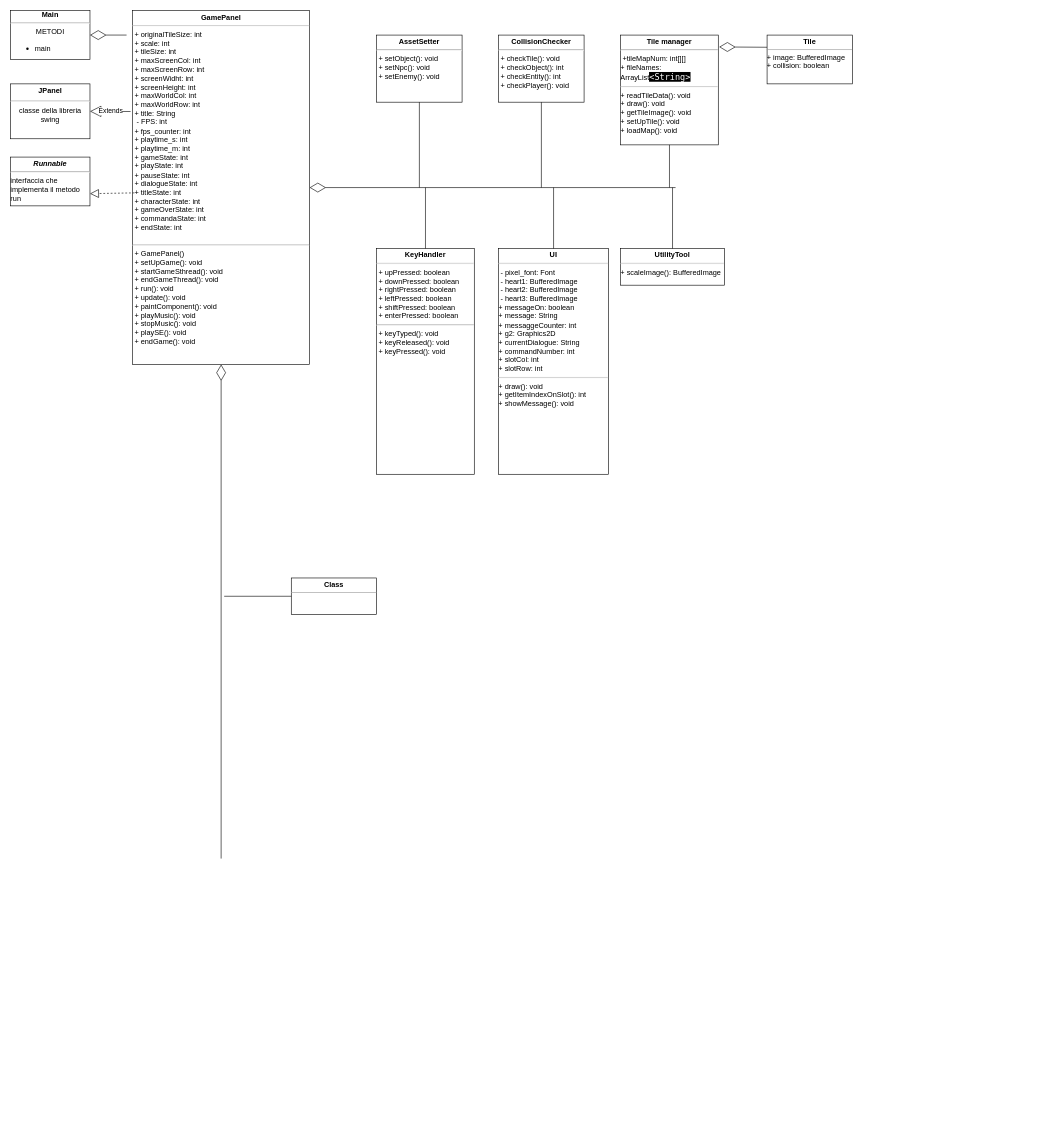
The draw.io diagram UML/diagramma_classi.drawio in Tonello05/java_progetto_fine_anno, before the edit. Source tidied: cells renumbered, new cells numbered last; positions are measured from the earlier drawing's top-left corner, leaving out a move shared by most shapes. Both pictures are drawn from the tidied source at 61%, with x=0, y=0 at pixel (10, 10).
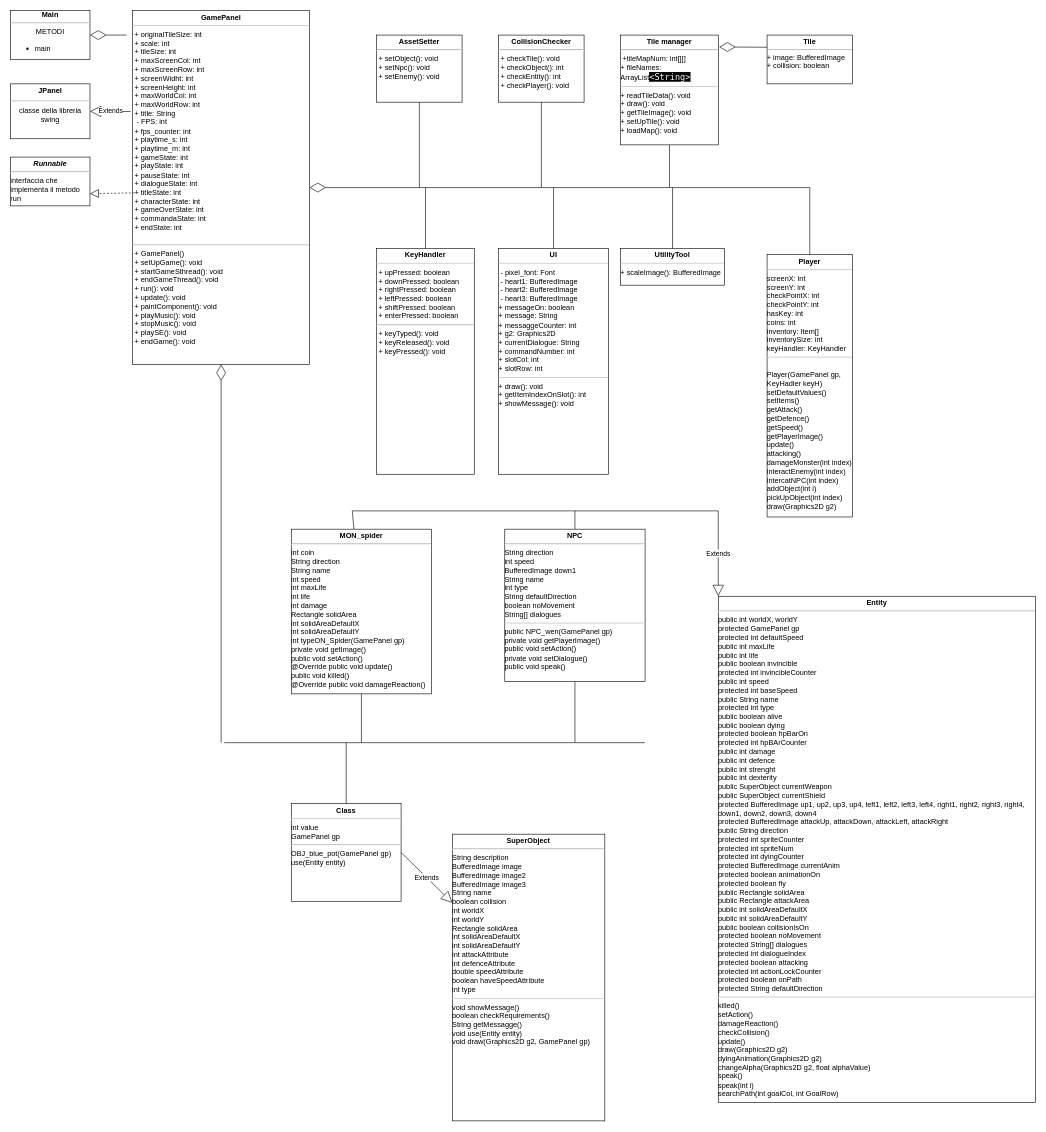
The same page after the edit.

Unchanged cells that the change refers to:
```xml
<mxCell id="3" value="&lt;p style=&quot;text-align: center; margin: 4px 0px 0px;&quot;&gt;&lt;b&gt;GamePanel&lt;/b&gt;&lt;/p&gt;&lt;hr&gt;&amp;nbsp;+ originalTileSize: int&lt;br&gt;&amp;nbsp;+ scale: int&lt;br&gt;&amp;nbsp;+ tileSize: int&lt;br&gt;&amp;nbsp;+ maxScreenCol: int&lt;br&gt;&amp;nbsp;+ maxScreenRow: int&lt;br&gt;&amp;nbsp;+ screenWidht: int&lt;br&gt;&amp;nbsp;+ screenHeight: int&lt;br&gt;&amp;nbsp;+ maxWorldCol: int&lt;br&gt;&amp;nbsp;+ maxWorldRow: int&lt;br&gt;&amp;nbsp;+ title: String&lt;br&gt;&amp;nbsp; - FPS: int&lt;br&gt;&amp;nbsp;+ fps_counter: int&lt;br&gt;&amp;nbsp;+ playtime_s: int&lt;br&gt;&amp;nbsp;+ playtime_m: int&lt;br&gt;&amp;nbsp;+ gameState: int&lt;br&gt;&amp;nbsp;+ playState: int&lt;br&gt;&amp;nbsp;+ pauseState: int&lt;br&gt;&amp;nbsp;+ dialogueState: int&lt;br&gt;&amp;nbsp;+ titleState: int&lt;br&gt;&amp;nbsp;+ characterState: int&lt;br&gt;&amp;nbsp;+ gameOverState: int&lt;br&gt;&amp;nbsp;+ commandaState: int&lt;br&gt;&amp;nbsp;+ endState: int&lt;br&gt;&amp;nbsp;&lt;hr&gt;&amp;nbsp;+ GamePanel()&lt;br&gt;&amp;nbsp;+ setUpGame(): void&lt;br&gt;&amp;nbsp;+ startGameSthread(): void&lt;br&gt;&amp;nbsp;+ endGameThread(): void&lt;br&gt;&amp;nbsp;+ run(): void&lt;br&gt;&amp;nbsp;+ update(): void&lt;br&gt;&amp;nbsp;+ paintComponent(): void&lt;br&gt;&amp;nbsp;+ playMusic(): void&lt;br&gt;&amp;nbsp;+ stopMusic(): void&lt;br&gt;&amp;nbsp;+ playSE(): void&lt;br&gt;&amp;nbsp;+ endGame(): void&lt;br&gt;" style="verticalAlign=top;align=left;overflow=fill;fontSize=12;fontFamily=Helvetica;html=1;whiteSpace=wrap;" parent="1" vertex="1">
  <mxGeometry x="200" width="290" height="580" as="geometry" />
</mxCell>
```

The edit, as a diff of the source:
```diff
@@
     <mxCell id="9" style="endArrow=diamondThin;endFill=0;endSize=24;html=1;rounded=0;entryX=1;entryY=0.5;entryDx=0;entryDy=0;" parent="1" edge="1" target="3">
       <mxGeometry relative="1" as="geometry">
-        <mxPoint x="1090" y="290" as="sourcePoint" />
+        <mxPoint x="1310" y="290" as="sourcePoint" />
       </mxGeometry>
     </mxCell>
@@
     <mxCell id="24" style="endArrow=diamondThin;endFill=0;endSize=24;html=1;rounded=0;entryX=0.5;entryY=1;entryDx=0;entryDy=0;" parent="1" edge="1" target="3">
       <mxGeometry relative="1" as="geometry">
-        <mxPoint x="345" y="1390" as="sourcePoint" />
+        <mxPoint x="345" y="1200" as="sourcePoint" />
+        <Array as="points">
+          <mxPoint x="345" y="1200" />
+        </Array>
       </mxGeometry>
     </mxCell>
-    <mxCell id="25" value="&lt;p style=&quot;margin:0px;margin-top:4px;text-align:center;&quot;&gt;&lt;b&gt;Class&lt;/b&gt;&lt;/p&gt;&lt;hr size=&quot;1&quot;/&gt;&lt;div style=&quot;height:2px;&quot;&gt;&lt;/div&gt;" style="verticalAlign=top;align=left;overflow=fill;fontSize=12;fontFamily=Helvetica;html=1;whiteSpace=wrap;" parent="1" vertex="1">
-      <mxGeometry x="460" y="930" width="140" height="60" as="geometry" />
+    <mxCell id="25" value="&lt;p style=&quot;margin:0px;margin-top:4px;text-align:center;&quot;&gt;&lt;b&gt;MON_spider&lt;/b&gt;&lt;/p&gt;&lt;hr&gt;&lt;div&gt;int coin&lt;/div&gt;&lt;div&gt;String direction&lt;/div&gt;&lt;div&gt;String name&lt;/div&gt;&lt;div&gt;int speed&lt;/div&gt;&lt;div&gt;int maxLife&lt;/div&gt;&lt;div&gt;int life&lt;/div&gt;&lt;div&gt;int damage&lt;/div&gt;&lt;div&gt;Rectangle solidArea&lt;/div&gt;&lt;div&gt;int solidAreaDefaultX&lt;/div&gt;&lt;div&gt;int solidAreaDefaultY&lt;/div&gt;&lt;div&gt;int typeON_Spider(GamePanel gp)&lt;/div&gt;&lt;div&gt;private void getImage()&lt;/div&gt;&lt;div&gt;public void setAction()&lt;/div&gt;&lt;div&gt;@Override public void update()&lt;/div&gt;&lt;div&gt;public void killed()&lt;/div&gt;&lt;div&gt;@Override public void damageReaction()&lt;/div&gt;" style="verticalAlign=top;align=left;overflow=fill;fontSize=12;fontFamily=Helvetica;html=1;whiteSpace=wrap;" parent="1" vertex="1">
+      <mxGeometry x="460" y="850" width="230" height="270" as="geometry" />
     </mxCell>
-    <mxCell id="26" style="endArrow=none;html=1;rounded=0;exitX=0;exitY=0.5;exitDx=0;exitDy=0;" parent="1" edge="1" source="25">
+    <mxCell id="26" style="endArrow=none;html=1;rounded=0;exitX=0.5;exitY=1;exitDx=0;exitDy=0;" parent="1" edge="1" source="25">
       <mxGeometry relative="1" as="geometry">
-        <mxPoint x="350" y="960" as="targetPoint" />
+        <mxPoint x="575" y="1200" as="targetPoint" />
       </mxGeometry>
     </mxCell>
+    <mxCell id="27" value="&lt;p style=&quot;margin:0px;margin-top:4px;text-align:center;&quot;&gt;&lt;b&gt;Player&lt;/b&gt;&lt;/p&gt;&lt;hr&gt;&lt;div&gt;screenX: int&lt;/div&gt;&lt;div&gt;screenY: int&lt;/div&gt;&lt;div&gt;checkPointX: int&lt;/div&gt;&lt;div&gt;checkPointY: int&lt;/div&gt;&lt;div&gt;hasKey: int&lt;/div&gt;&lt;div&gt;coins: int&lt;/div&gt;&lt;div&gt;inventory: Item[]&lt;/div&gt;&lt;div&gt;inventorySize: int&lt;/div&gt;&lt;div&gt;keyHandler: KeyHandler&lt;/div&gt;&lt;hr&gt;&lt;br&gt;&lt;div&gt;Player(GamePanel gp, KeyHadler keyH)&lt;/div&gt;&lt;div&gt;setDefaultValues()&lt;/div&gt;&lt;div&gt;setItems()&lt;/div&gt;&lt;div&gt;getAttack()&lt;/div&gt;&lt;div&gt;getDefence()&lt;/div&gt;&lt;div&gt;getSpeed()&lt;/div&gt;&lt;div&gt;getPlayerImage()&lt;/div&gt;&lt;div&gt;update()&lt;/div&gt;&lt;div&gt;attacking()&lt;/div&gt;&lt;div&gt;damageMonster(int index)&lt;/div&gt;&lt;div&gt;interactEnemy(int index)&lt;/div&gt;&lt;div&gt;intercatNPC(int index)&lt;/div&gt;&lt;div&gt;addObject(int i)&lt;/div&gt;&lt;div&gt;pickUpObject(int index)&lt;/div&gt;&lt;div&gt;draw(Graphics2D g2)&lt;/div&gt;" style="verticalAlign=top;align=left;overflow=fill;fontSize=12;fontFamily=Helvetica;html=1;whiteSpace=wrap;" parent="1" vertex="1">
+      <mxGeometry x="1240" y="400" width="140" height="430" as="geometry" />
+    </mxCell>
+    <mxCell id="28" style="endArrow=none;html=1;rounded=0;exitX=0.5;exitY=0;exitDx=0;exitDy=0;" parent="1" edge="1" source="27">
+      <mxGeometry relative="1" as="geometry">
+        <mxPoint x="1310" y="290" as="targetPoint" />
+      </mxGeometry>
+    </mxCell>
+    <mxCell id="29" value="&lt;p style=&quot;margin:0px;margin-top:4px;text-align:center;&quot;&gt;&lt;b&gt;NPC&lt;/b&gt;&lt;/p&gt;&lt;hr&gt;&lt;div&gt;String direction&lt;/div&gt;&lt;div&gt;int speed&lt;/div&gt;&lt;div&gt;BufferedImage down1&lt;/div&gt;&lt;div&gt;String name&lt;/div&gt;&lt;div&gt;int type&lt;/div&gt;&lt;div&gt;String defaultDirection&lt;/div&gt;&lt;div&gt;boolean noMovement&lt;/div&gt;&lt;div&gt;String[] dialogues&lt;/div&gt;&lt;hr&gt;&lt;div&gt;public NPC_wen(GamePanel gp)&lt;/div&gt;&lt;div&gt;private void getPlayerImage()&lt;/div&gt;&lt;div&gt;public void setAction()&lt;/div&gt;&lt;div&gt;private void setDialogue()&lt;/div&gt;&lt;div&gt;public void speak()&lt;/div&gt;" style="verticalAlign=top;align=left;overflow=fill;fontSize=12;fontFamily=Helvetica;html=1;whiteSpace=wrap;" parent="1" vertex="1">
+      <mxGeometry x="810" y="850" width="230" height="250" as="geometry" />
+    </mxCell>
+    <mxCell id="30" style="endArrow=none;html=1;rounded=0;" parent="1" edge="1">
+      <mxGeometry relative="1" as="geometry">
+        <mxPoint x="350" y="1200" as="sourcePoint" />
+        <mxPoint x="1040" y="1200" as="targetPoint" />
+      </mxGeometry>
+    </mxCell>
+    <mxCell id="31" style="endArrow=none;html=1;rounded=0;entryX=0.5;entryY=1;entryDx=0;entryDy=0;" parent="1" edge="1" target="29">
+      <mxGeometry relative="1" as="geometry">
+        <mxPoint x="925" y="1200" as="sourcePoint" />
+      </mxGeometry>
+    </mxCell>
+    <mxCell id="32" value="&lt;p style=&quot;margin:0px;margin-top:4px;text-align:center;&quot;&gt;&lt;b&gt;Entity&lt;/b&gt;&lt;/p&gt;&lt;hr&gt;&lt;div&gt;public int worldX, worldY&lt;/div&gt;&lt;div&gt;protected GamePanel gp&lt;/div&gt;&lt;div&gt;protected int defaultSpeed&lt;/div&gt;&lt;div&gt;public int maxLife&lt;/div&gt;&lt;div&gt;public int life&lt;/div&gt;&lt;div&gt;public boolean invincible&lt;/div&gt;&lt;div&gt;protected int invincibleCounter&lt;/div&gt;&lt;div&gt;public int speed&lt;/div&gt;&lt;div&gt;protected int baseSpeed&lt;/div&gt;&lt;div&gt;public String name&lt;/div&gt;&lt;div&gt;protected int type&lt;/div&gt;&lt;div&gt;public boolean alive&lt;/div&gt;&lt;div&gt;public boolean dying&lt;/div&gt;&lt;div&gt;protected boolean hpBarOn&lt;/div&gt;&lt;div&gt;protected int hpBArCounter&lt;/div&gt;&lt;div&gt;public int damage&lt;/div&gt;&lt;div&gt;public int defence&lt;/div&gt;&lt;div&gt;public int strenght&lt;/div&gt;&lt;div&gt;public int dexterity&lt;/div&gt;&lt;div&gt;public SuperObject currentWeapon&lt;/div&gt;&lt;div&gt;public SuperObject currentShield&lt;/div&gt;&lt;div&gt;protected BufferedImage up1, up2, up3, up4, left1, left2, left3, left4, right1, right2, right3, right4, down1, down2, down3, down4&lt;/div&gt;&lt;div&gt;protected BufferedImage attackUp, attackDown, attackLeft, attackRight&lt;/div&gt;&lt;div&gt;public String direction&lt;/div&gt;&lt;div&gt;protected int spriteCounter&lt;/div&gt;&lt;div&gt;protected int spriteNum&lt;/div&gt;&lt;div&gt;protected int dyingCounter&lt;/div&gt;&lt;div&gt;protected BufferedImage currentAnim&lt;/div&gt;&lt;div&gt;protected boolean animationOn&lt;/div&gt;&lt;div&gt;protected boolean fly&lt;/div&gt;&lt;div&gt;public Rectangle solidArea&lt;/div&gt;&lt;div&gt;public Rectangle attackArea&lt;/div&gt;&lt;div&gt;public int solidAreaDefaultX&lt;/div&gt;&lt;div&gt;public int solidAreaDefaultY&lt;/div&gt;&lt;div&gt;public boolean collisionIsOn&lt;/div&gt;&lt;div&gt;protected boolean noMovement&lt;/div&gt;&lt;div&gt;protected String[] dialogues&lt;/div&gt;&lt;div&gt;protected int dialogueIndex&lt;/div&gt;&lt;div&gt;protected boolean attacking&lt;/div&gt;&lt;div&gt;protected int actionLockCounter&lt;/div&gt;&lt;div&gt;protected boolean onPath&lt;/div&gt;&lt;div&gt;protected String defaultDirection&lt;/div&gt;&lt;hr&gt;&lt;div&gt;killed()&lt;/div&gt;&lt;div&gt;setAction()&lt;/div&gt;&lt;div&gt;damageReaction()&lt;/div&gt;&lt;div&gt;checkCollision()&lt;/div&gt;&lt;div&gt;update()&lt;/div&gt;&lt;div&gt;draw(Graphics2D g2)&lt;/div&gt;&lt;div&gt;dyingAnimation(Graphics2D g2)&lt;/div&gt;&lt;div&gt;changeAlpha(Graphics2D g2, float alphaValue)&lt;/div&gt;&lt;div&gt;speak()&lt;/div&gt;&lt;div&gt;speak(int i)&lt;/div&gt;&lt;div&gt;searchPath(int goalCol, int GoalRow)&lt;/div&gt;" style="verticalAlign=top;align=left;overflow=fill;fontSize=12;fontFamily=Helvetica;html=1;whiteSpace=wrap;" parent="1" vertex="1">
+      <mxGeometry x="1160" y="960" width="520" height="830" as="geometry" />
+    </mxCell>
+    <mxCell id="33" style="endArrow=none;html=1;rounded=0;" parent="1" edge="1">
+      <mxGeometry relative="1" as="geometry">
+        <mxPoint x="560" y="820" as="sourcePoint" />
+        <mxPoint x="1160" y="820" as="targetPoint" />
+      </mxGeometry>
+    </mxCell>
+    <mxCell id="34" style="endArrow=none;html=1;rounded=0;" parent="1" edge="1" source="25">
+      <mxGeometry relative="1" as="geometry">
+        <mxPoint x="560" y="820" as="targetPoint" />
+      </mxGeometry>
+    </mxCell>
+    <mxCell id="35" style="endArrow=none;html=1;rounded=0;entryX=0.5;entryY=0;entryDx=0;entryDy=0;" parent="1" edge="1" target="29">
+      <mxGeometry relative="1" as="geometry">
+        <mxPoint x="925" y="820" as="sourcePoint" />
+      </mxGeometry>
+    </mxCell>
+    <mxCell id="36" value="Extends" style="endArrow=block;endSize=16;endFill=0;html=1;rounded=0;entryX=0;entryY=0;entryDx=0;entryDy=0;" parent="1" edge="1" target="32">
+      <mxGeometry relative="1" as="geometry">
+        <mxPoint x="1160" y="820" as="sourcePoint" />
+      </mxGeometry>
+    </mxCell>
+    <mxCell id="37" value="&lt;p style=&quot;margin:0px;margin-top:4px;text-align:center;&quot;&gt;&lt;b&gt;Class&lt;/b&gt;&lt;/p&gt;&lt;hr&gt;&lt;div&gt;int value&lt;/div&gt;&lt;div&gt;GamePanel gp&lt;/div&gt;&lt;hr&gt;&lt;div&gt;OBJ_blue_pot(GamePanel gp)&lt;/div&gt;&lt;div&gt;use(Entity entity)&lt;/div&gt;" style="verticalAlign=top;align=left;overflow=fill;fontSize=12;fontFamily=Helvetica;html=1;whiteSpace=wrap;" parent="1" vertex="1">
+      <mxGeometry x="460" y="1300" width="180" height="160" as="geometry" />
+    </mxCell>
+    <mxCell id="38" style="endArrow=none;html=1;rounded=0;entryX=0.5;entryY=0;entryDx=0;entryDy=0;" parent="1" edge="1" target="37">
+      <mxGeometry relative="1" as="geometry">
+        <mxPoint x="550" y="1200" as="sourcePoint" />
+      </mxGeometry>
+    </mxCell>
+    <mxCell id="39" value="Extends" style="endArrow=block;endSize=16;endFill=0;html=1;rounded=0;exitX=1;exitY=0.5;exitDx=0;exitDy=0;" parent="1" edge="1" source="37" target="40">
+      <mxGeometry relative="1" as="geometry" />
+    </mxCell>
+    <mxCell id="40" value="&lt;p style=&quot;margin:0px;margin-top:4px;text-align:center;&quot;&gt;&lt;b&gt;SuperObject&lt;/b&gt;&lt;/p&gt;&lt;hr&gt;&lt;div&gt;String description&lt;/div&gt;&lt;div&gt;BufferedImage image&lt;/div&gt;&lt;div&gt;BufferedImage image2&lt;/div&gt;&lt;div&gt;BufferedImage image3&lt;/div&gt;&lt;div&gt;String name&lt;/div&gt;&lt;div&gt;boolean collision&lt;/div&gt;&lt;div&gt;int worldX&lt;/div&gt;&lt;div&gt;int worldY&lt;/div&gt;&lt;div&gt;Rectangle solidArea&lt;/div&gt;&lt;div&gt;int solidAreaDefaultX&lt;/div&gt;&lt;div&gt;int solidAreaDefaultY&lt;/div&gt;&lt;div&gt;int attackAttribute&lt;/div&gt;&lt;div&gt;int defenceAttribute&lt;/div&gt;&lt;div&gt;double speedAttribute&lt;/div&gt;&lt;div&gt;boolean haveSpeedAttribute&lt;/div&gt;&lt;div&gt;int type&lt;/div&gt;&lt;hr&gt;&lt;div&gt;void showMessage()&lt;/div&gt;&lt;div&gt;boolean checkRequirements()&lt;/div&gt;&lt;div&gt;String getMessagge()&lt;/div&gt;&lt;div&gt;void use(Entity entity)&lt;/div&gt;&lt;div&gt;void draw(Graphics2D g2, GamePanel gp)&lt;/div&gt;" style="verticalAlign=top;align=left;overflow=fill;fontSize=12;fontFamily=Helvetica;html=1;whiteSpace=wrap;" parent="1" vertex="1">
+      <mxGeometry x="724" y="1350" width="250" height="470" as="geometry" />
+    </mxCell>
```
